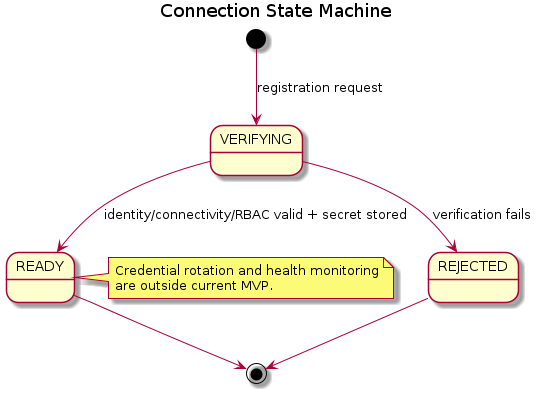
This is orchestrator_docs/architecture/state-machines/connection.png from pr3s3nt/poc, a PlantUML export, as it was before one commit. Its source is kept beside it as orchestrator_docs/architecture/state-machines/connection.puml. Its diagram source:
```plantuml
@startuml
title Connection State Machine
[*] --> VERIFYING : registration request
VERIFYING --> READY : identity/connectivity/RBAC valid + secret stored
VERIFYING --> REJECTED : verification fails
READY --> [*]
REJECTED --> [*]
note right of READY
  Credential rotation and health monitoring
  are outside current MVP.
end note
@enduml
```
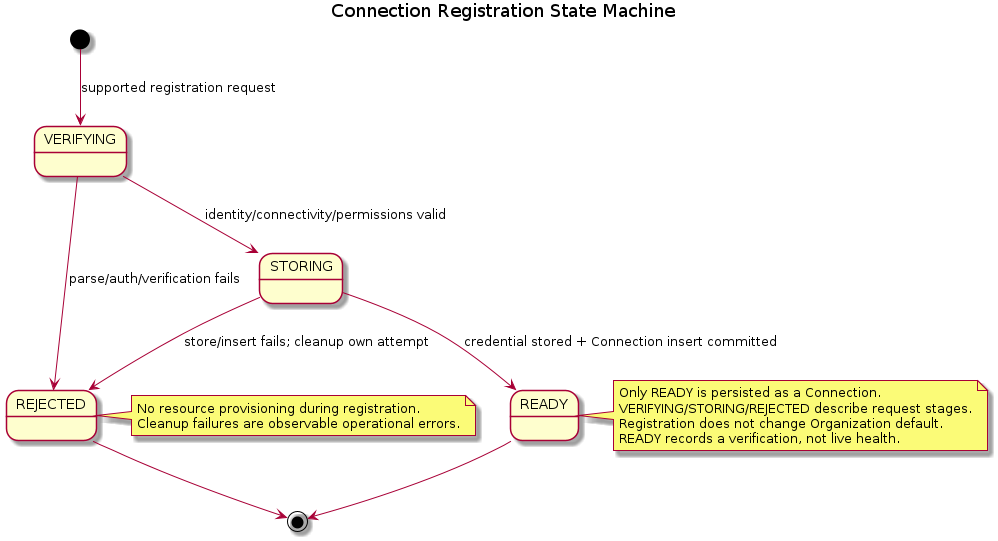
Above is the later version.

Change to the diagram source:
```diff
@@ -1,12 +1,20 @@
 @startuml
-title Connection State Machine
-[*] --> VERIFYING : registration request
-VERIFYING --> READY : identity/connectivity/RBAC valid + secret stored
-VERIFYING --> REJECTED : verification fails
+title Connection Registration State Machine
+[*] --> VERIFYING : supported registration request
+VERIFYING --> STORING : identity/connectivity/permissions valid
+VERIFYING --> REJECTED : parse/auth/verification fails
+STORING --> READY : credential stored + Connection insert committed
+STORING --> REJECTED : store/insert fails; cleanup own attempt
 READY --> [*]
 REJECTED --> [*]
 note right of READY
-  Credential rotation and health monitoring
-  are outside current MVP.
+Only READY is persisted as a Connection.
+VERIFYING/STORING/REJECTED describe request stages.
+Registration does not change Organization default.
+READY records a verification, not live health.
+end note
+note right of REJECTED
+No resource provisioning during registration.
+Cleanup failures are observable operational errors.
 end note
 @enduml
```
